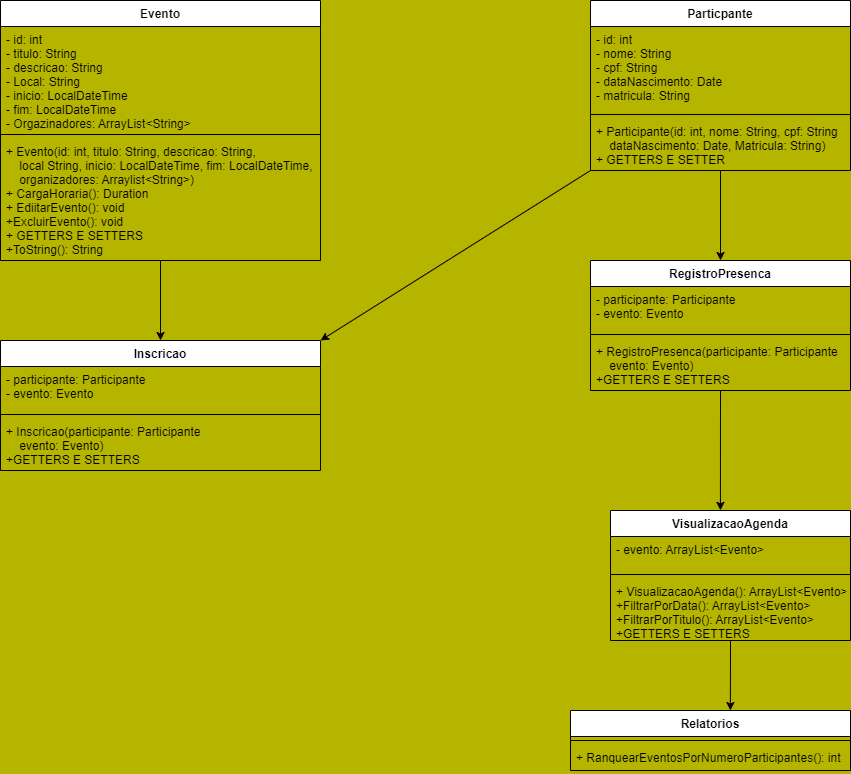
Emanuel3k/POO-Sistema-de-Eventos keeps this draw.io diagram as UML.drawio.png. Above is the earlier version. Source tidied: cells renumbered, new cells last; positions are measured from the earlier drawing's top-left corner, leaving out a move shared by most shapes.
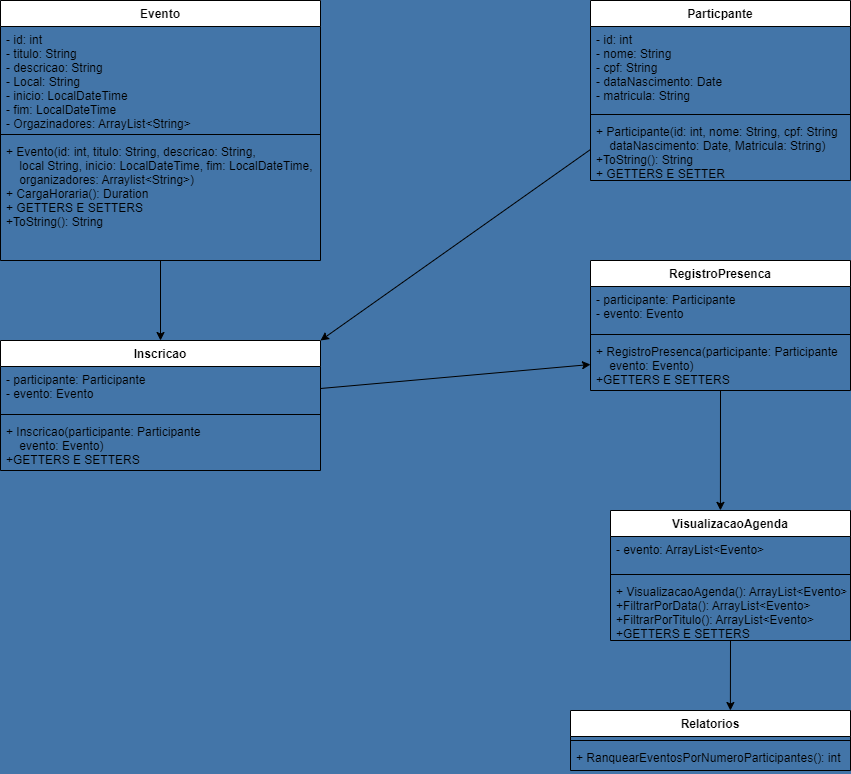
The same file after the commit.

Commit message:
Corrigi a UML

Change to the diagram source:
```diff
@@ -1,4 +1,4 @@
-<mxGraphModel background="#B5B500">
+<mxGraphModel background="#4375A8">
   <root>
     <mxCell id="0" />
     <mxCell id="1" parent="0" />
@@ -14,17 +14,11 @@
     <mxCell id="5" style="line;strokeWidth=1;fillColor=none;align=left;verticalAlign=middle;spacingTop=-1;spacingLeft=3;spacingRight=3;labelPosition=right;strokeColor=inherit;" parent="3" vertex="1">
       <mxGeometry y="130" width="320" height="8" as="geometry" />
     </mxCell>
-    <mxCell id="6" value="+ Evento(id: int, titulo: String, descricao: String,&#10;    local String, inicio: LocalDateTime, fim: LocalDateTime,&#10;    organizadores: Arraylist&lt;String&gt;)&#10;+ CargaHoraria(): Duration&#10;+ EdiitarEvento(): void&#10;+ExcluirEvento(): void&#10;+ GETTERS E SETTERS&#10;+ToString(): String&#10;&#10;" style="text;strokeColor=none;fillColor=none;align=left;verticalAlign=top;spacingLeft=4;spacingRight=4;overflow=hidden;labelBackgroundColor=none;" parent="3" vertex="1">
+    <mxCell id="6" value="+ Evento(id: int, titulo: String, descricao: String,&#10;    local String, inicio: LocalDateTime, fim: LocalDateTime,&#10;    organizadores: Arraylist&lt;String&gt;)&#10;+ CargaHoraria(): Duration&#10;+ GETTERS E SETTERS&#10;+ToString(): String&#10;&#10;" style="text;strokeColor=none;fillColor=none;align=left;verticalAlign=top;spacingLeft=4;spacingRight=4;overflow=hidden;labelBackgroundColor=none;" parent="3" vertex="1">
       <mxGeometry y="138" width="320" height="122" as="geometry" />
     </mxCell>
-    <mxCell id="7" style="edgeStyle=none;html=1;exitX=0.5;exitY=1;exitDx=0;exitDy=0;entryX=0.5;entryY=0;entryDx=0;entryDy=0;" parent="1" edge="1" source="9" target="14">
-      <mxGeometry relative="1" as="geometry" />
-    </mxCell>
-    <mxCell id="8" style="edgeStyle=none;html=1;exitX=0;exitY=1;exitDx=0;exitDy=0;entryX=1;entryY=0;entryDx=0;entryDy=0;" parent="1" edge="1" source="9" target="18">
-      <mxGeometry relative="1" as="geometry" />
-    </mxCell>
     <mxCell id="9" value="Particpante" style="swimlane;fontStyle=1;align=center;verticalAlign=top;horizontal=1;startSize=26;labelBackgroundColor=none;" parent="1" vertex="1">
-      <mxGeometry x="590" width="260" height="170" as="geometry" />
+      <mxGeometry x="590" width="260" height="180" as="geometry" />
     </mxCell>
     <mxCell id="10" value="- id: int&#10;- nome: String&#10;- cpf: String&#10;- dataNascimento: Date&#10;- matricula: String&#10;" style="text;strokeColor=none;fillColor=none;align=left;verticalAlign=top;spacingLeft=4;spacingRight=4;overflow=hidden;labelBackgroundColor=none;" parent="9" vertex="1">
       <mxGeometry y="26" width="260" height="84" as="geometry" />
@@ -32,8 +26,8 @@
     <mxCell id="11" style="line;strokeWidth=1;fillColor=none;align=left;verticalAlign=middle;spacingTop=-1;spacingLeft=3;spacingRight=3;labelPosition=right;strokeColor=inherit;labelBackgroundColor=none;" parent="9" vertex="1">
       <mxGeometry y="110" width="260" height="8" as="geometry" />
     </mxCell>
-    <mxCell id="12" value="+ Participante(id: int, nome: String, cpf: String&#10;    dataNascimento: Date, Matricula: String)&#10;+ GETTERS E SETTER" style="text;strokeColor=none;fillColor=none;align=left;verticalAlign=top;spacingLeft=4;spacingRight=4;overflow=hidden;points=[[0,0.5],[1,0.5]];portConstraint=eastwest;labelBackgroundColor=none;" parent="9" vertex="1">
-      <mxGeometry y="118" width="260" height="52" as="geometry" />
+    <mxCell id="12" value="+ Participante(id: int, nome: String, cpf: String&#10;    dataNascimento: Date, Matricula: String)&#10;+ToString(): String&#10;+ GETTERS E SETTER" style="text;strokeColor=none;fillColor=none;align=left;verticalAlign=top;spacingLeft=4;spacingRight=4;overflow=hidden;points=[[0,0.5],[1,0.5]];portConstraint=eastwest;labelBackgroundColor=none;" parent="9" vertex="1">
+      <mxGeometry y="118" width="260" height="62" as="geometry" />
     </mxCell>
     <mxCell id="13" style="edgeStyle=none;html=1;exitX=0.5;exitY=1;exitDx=0;exitDy=0;entryX=0.458;entryY=-0.001;entryDx=0;entryDy=0;entryPerimeter=0;" parent="1" edge="1" source="14" target="23">
       <mxGeometry relative="1" as="geometry" />
@@ -86,5 +80,11 @@
     <mxCell id="29" value="+ RanquearEventosPorNumeroParticipantes(): int" style="text;strokeColor=none;fillColor=none;align=left;verticalAlign=top;spacingLeft=4;spacingRight=4;overflow=hidden;labelBackgroundColor=none;" parent="27" vertex="1">
       <mxGeometry y="34" width="280" height="26" as="geometry" />
     </mxCell>
+    <mxCell id="30" style="edgeStyle=none;html=1;exitX=1;exitY=0.5;exitDx=0;exitDy=0;entryX=0;entryY=0.5;entryDx=0;entryDy=0;" parent="1" edge="1" source="19" target="17">
+      <mxGeometry relative="1" as="geometry" />
+    </mxCell>
+    <mxCell id="31" style="edgeStyle=none;html=1;exitX=0;exitY=0.5;exitDx=0;exitDy=0;entryX=1;entryY=0;entryDx=0;entryDy=0;" parent="1" edge="1" source="12" target="18">
+      <mxGeometry relative="1" as="geometry" />
+    </mxCell>
   </root>
 </mxGraphModel>
```
